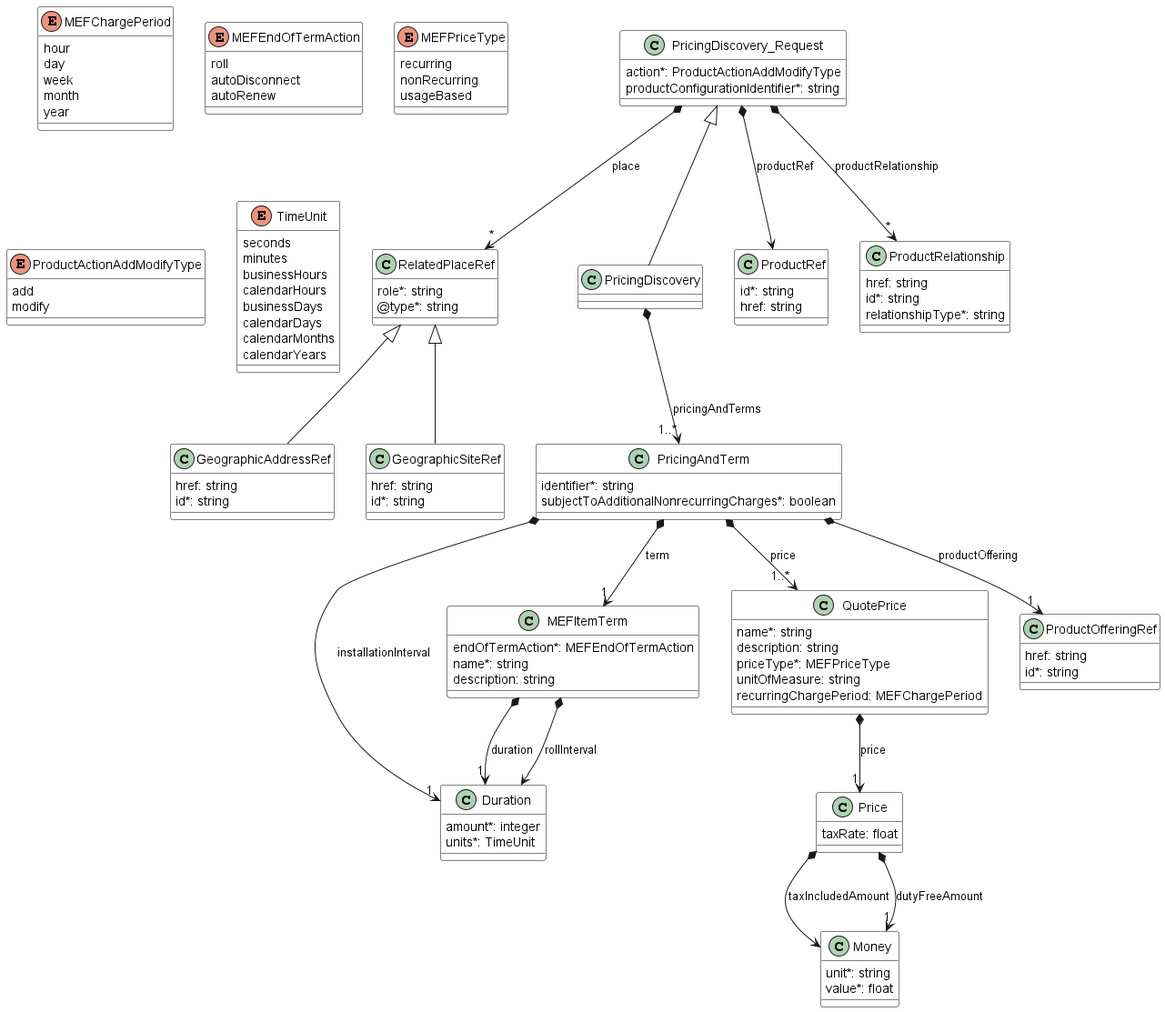
Before: documentation/productApi/availabilityAndPricingDiscovery/media/uc2model.png, a diagram exported from PlantUML (MEF-GIT/MEF-LSO-Sonata-SDK).
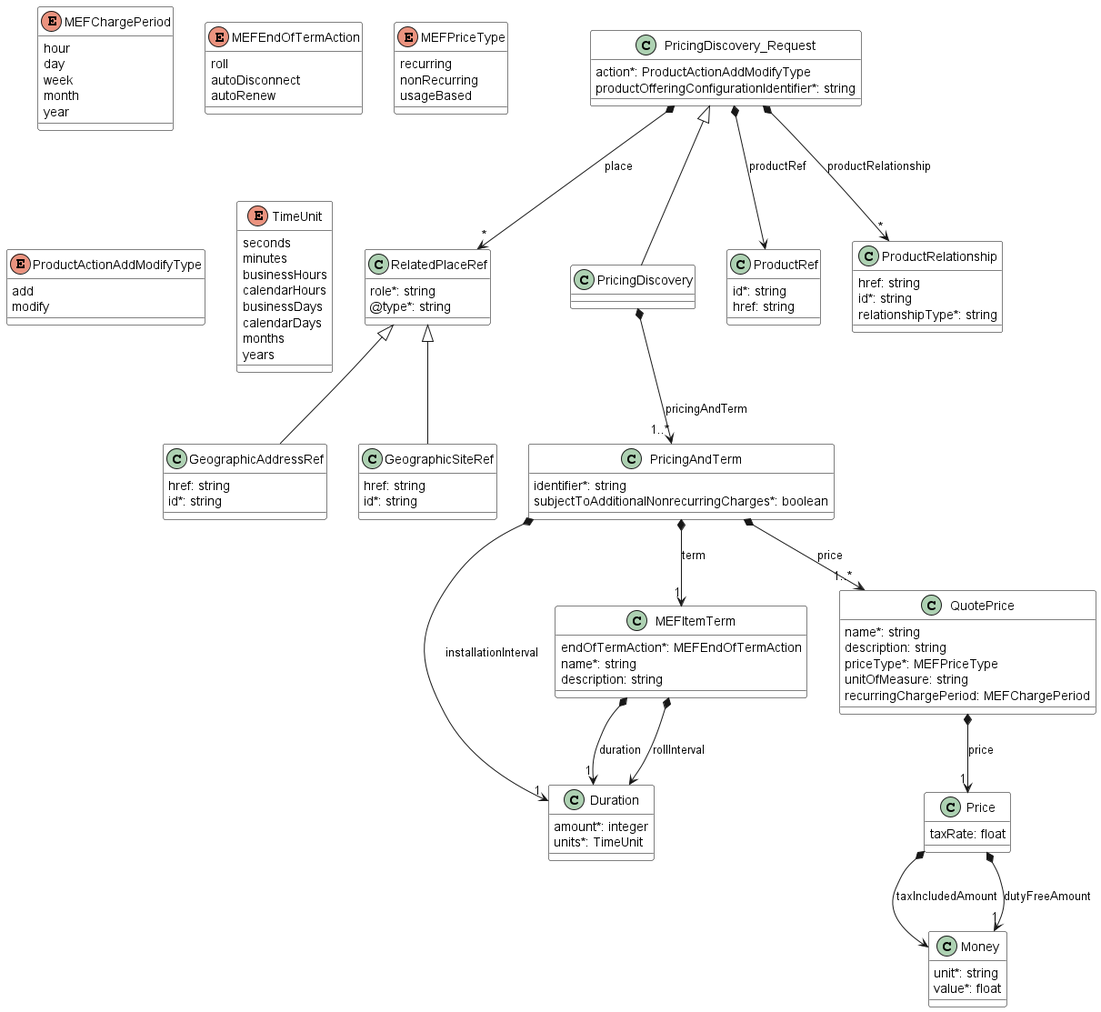
Above is the later version.

Diff of the diagram source:
```diff
@@ -9,7 +9,6 @@
     amount*: integer
     units*: TimeUnit
 }
-
 
 
 
@@ -88,21 +87,19 @@
 PricingAndTerm *-->"1" Duration : installationInterval
 PricingAndTerm *-->"1" MEFItemTerm : term
 PricingAndTerm *-->"1..*" QuotePrice : price
-PricingAndTerm *-->"1" ProductOfferingRef : productOffering
-
 
 class PricingDiscovery {
 
 }
 PricingDiscovery_Request <|-- PricingDiscovery
 
-PricingDiscovery *-->"1..*" PricingAndTerm : pricingAndTerms
+PricingDiscovery *-->"1..*" PricingAndTerm : pricingAndTerm
 
 
 class PricingDiscovery_Request {
 
     action*: ProductActionAddModifyType
-    productConfigurationIdentifier*: string
+    productOfferingConfigurationIdentifier*: string
 }
 
 PricingDiscovery_Request *--> ProductRef : productRef
@@ -115,13 +112,6 @@
     add
     modify
 }
-
-class ProductOfferingRef {
-
-    href: string
-    id*: string
-}
-
 
 
 class ProductRef {
@@ -168,7 +158,7 @@
     calendarHours
     businessDays
     calendarDays
-    calendarMonths
-    calendarYears
+    months
+    years
 }
 @enduml
```
